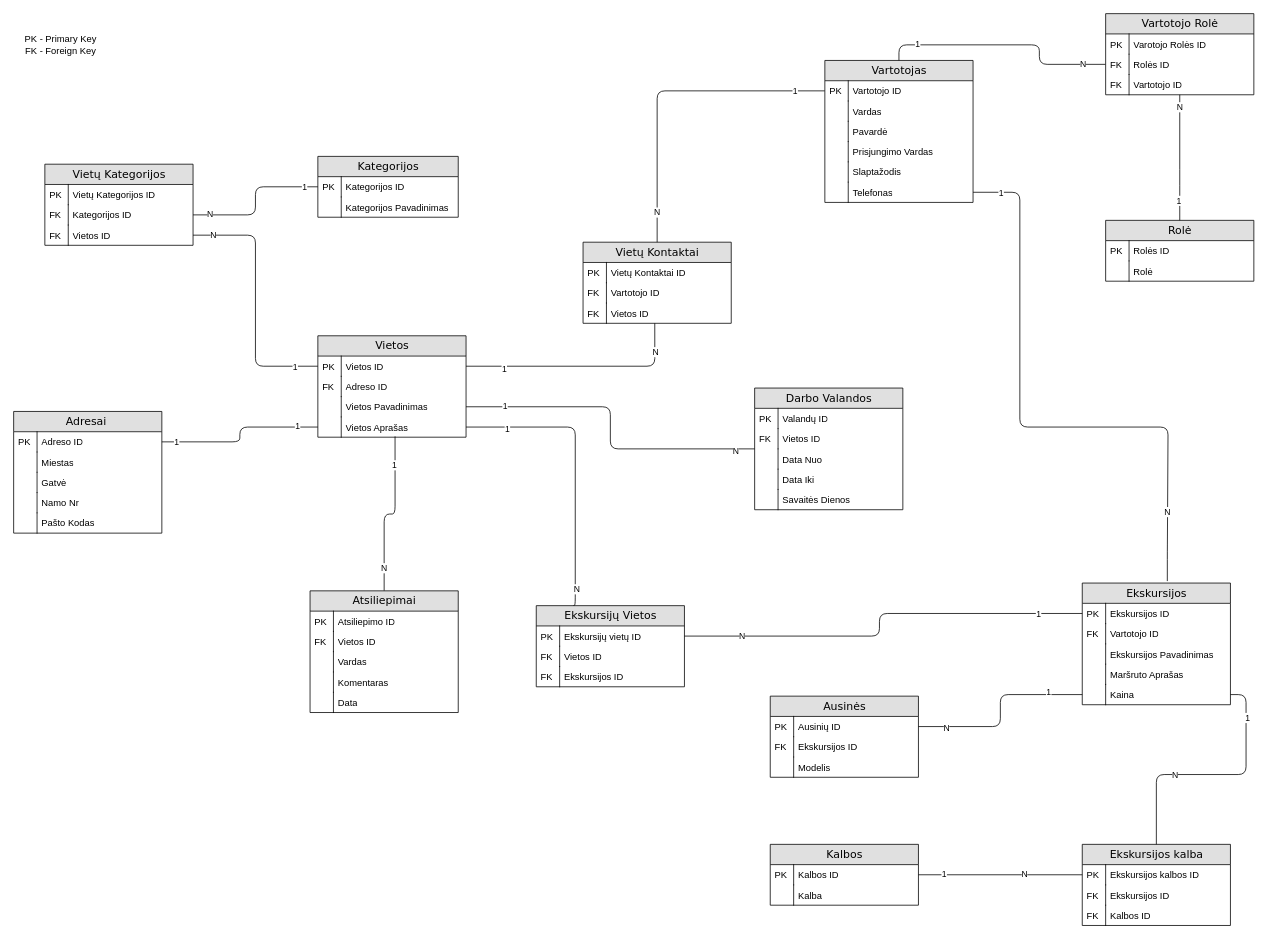
Above: VikoTourismInformationCenter/Logical.drawio in GiedriusMauza/VikoTourismInformationCenter (draw.io), before the change. Source tidied: cells renumbered, new cells numbered last; positions are measured from the earlier drawing's top-left corner, leaving out a move shared by most shapes. Both pictures are drawn from the tidied source at 78%, with x=0, y=0 at pixel (13, 13).
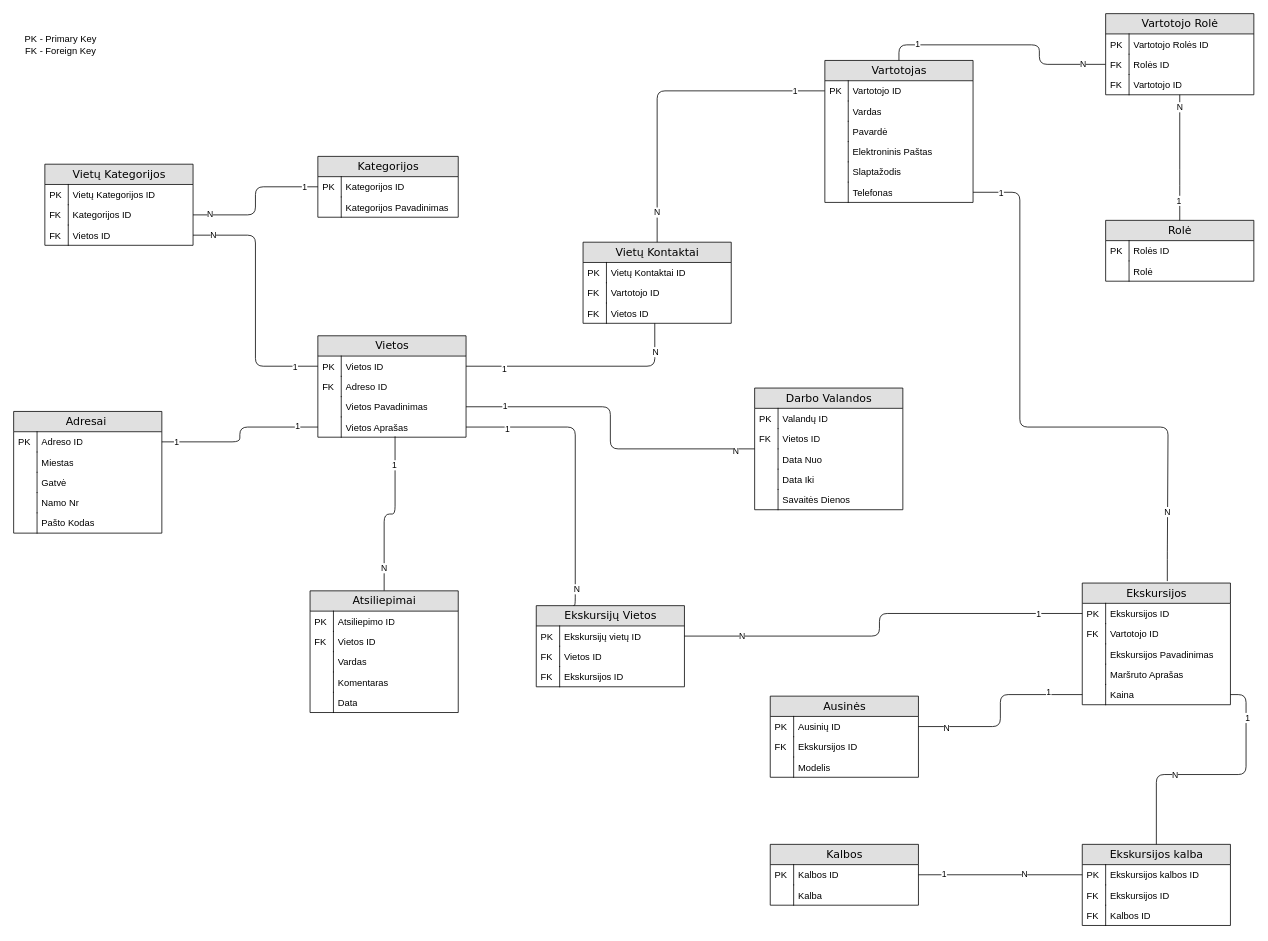
After the change.

The change refers to these unchanged cells:
```xml
<mxCell id="76" value="Vartotojas" style="swimlane;html=1;fontStyle=0;horizontal=1;startSize=26;fillColor=#e0e0e0;swimlaneFillColor=#ffffff;align=center;rounded=0;shadow=0;comic=0;labelBackgroundColor=none;strokeWidth=1;fontFamily=Verdana;fontSize=14;" parent="1" vertex="1">
  <mxGeometry x="1040" y="60" width="190" height="182" as="geometry" />
</mxCell>
<mxCell id="91" value="Vartotojo Rolė" style="swimlane;html=1;fontStyle=0;horizontal=1;startSize=26;fillColor=#e0e0e0;swimlaneFillColor=#ffffff;align=center;rounded=0;shadow=0;comic=0;labelBackgroundColor=none;strokeWidth=1;fontFamily=Verdana;fontSize=14;" parent="1" vertex="1">
  <mxGeometry x="1400" width="190" height="104" as="geometry" />
</mxCell>
```

What changed in the source:
```diff
@@
-    <mxCell id="83" value="Prisjungimo Vardas" style="shape=partialRectangle;top=0;left=0;right=0;bottom=0;html=1;align=left;verticalAlign=top;fillColor=none;spacingLeft=34;spacingRight=4;whiteSpace=wrap;overflow=hidden;" parent="76" vertex="1">
+    <mxCell id="83" value="Elektroninis Paštas" style="shape=partialRectangle;top=0;left=0;right=0;bottom=0;html=1;align=left;verticalAlign=top;fillColor=none;spacingLeft=34;spacingRight=4;whiteSpace=wrap;overflow=hidden;" parent="76" vertex="1">
       <mxGeometry y="104" width="190" height="26" as="geometry" />
     </mxCell>
@@
-    <mxCell id="92" value="Varotojo Rolės ID" style="shape=partialRectangle;top=0;left=0;right=0;bottom=0;html=1;align=left;verticalAlign=top;fillColor=none;spacingLeft=34;spacingRight=4;whiteSpace=wrap;overflow=hidden;" parent="91" vertex="1">
+    <mxCell id="92" value="Vartotojo Rolės ID" style="shape=partialRectangle;top=0;left=0;right=0;bottom=0;html=1;align=left;verticalAlign=top;fillColor=none;spacingLeft=34;spacingRight=4;whiteSpace=wrap;overflow=hidden;" parent="91" vertex="1">
       <mxGeometry y="26" width="190" height="26" as="geometry" />
     </mxCell>
```
